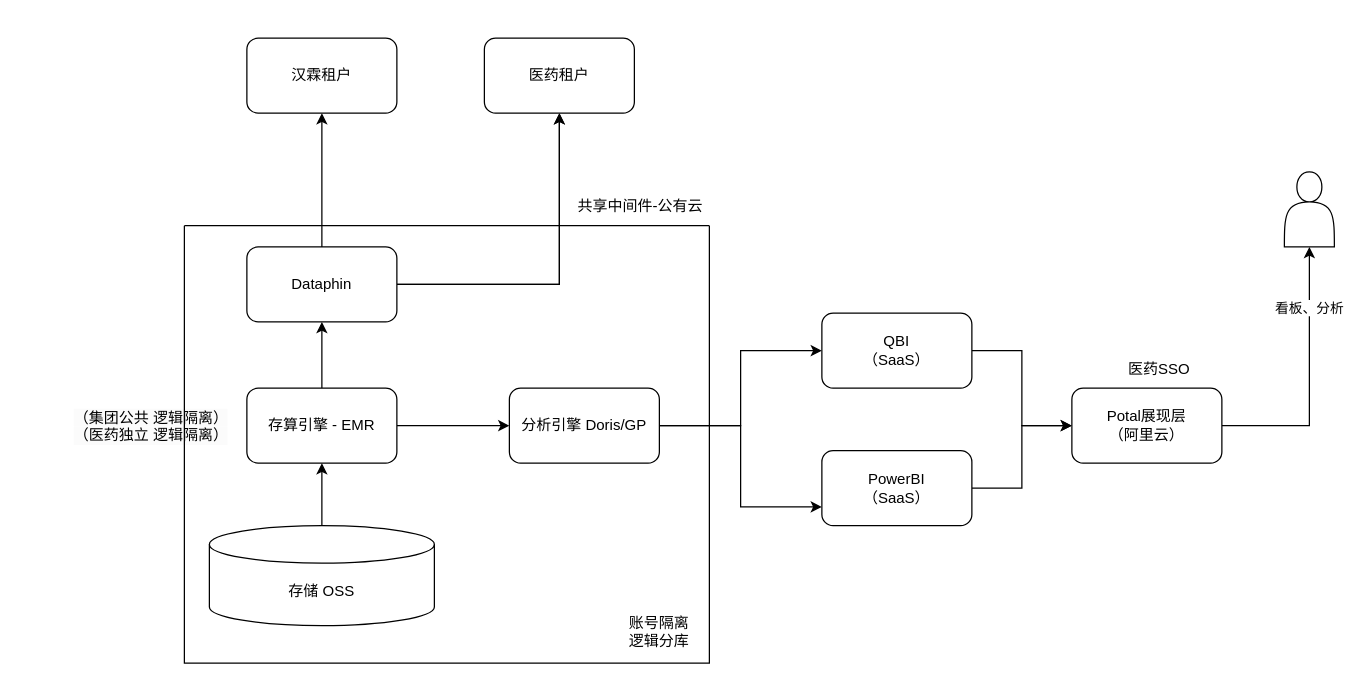
leestar991/agi-proxy keeps this draw.io diagram as public/未命名绘图.drawio. Above is the earlier version. Source tidied: cells renumbered, new cells numbered last; positions are measured from the earlier drawing's top-left corner, leaving out a move shared by most shapes. Both pictures are drawn from the tidied source at 125%, with x=0, y=0 at pixel (71, 38).
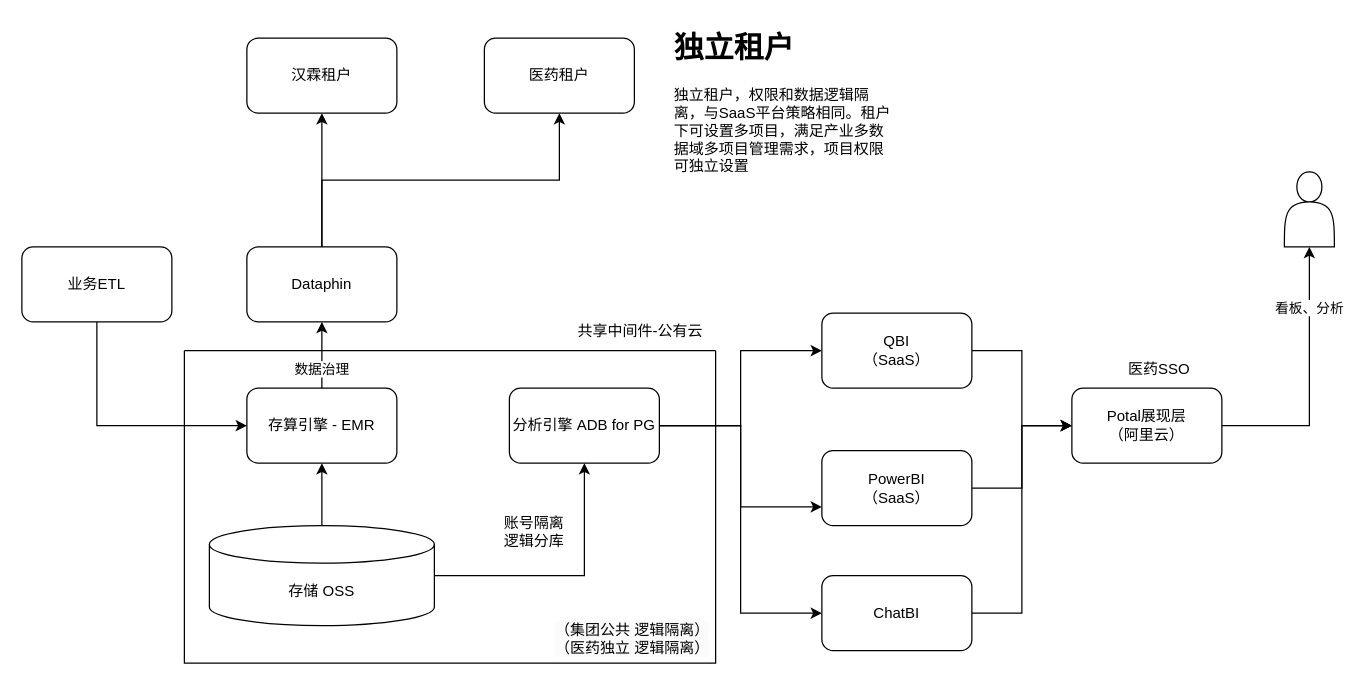
Above is the later version.

Commit message:
更新未命名绘图.drawio

The change refers to these unchanged cells:
```xml
<mxCell id="5" value="Dataphin" style="rounded=1;whiteSpace=wrap;html=1;" parent="1" vertex="1">
  <mxGeometry x="140" y="167" width="120" height="60" as="geometry" />
</mxCell>
<mxCell id="6" value="医药租户" style="rounded=1;whiteSpace=wrap;html=1;" parent="1" vertex="1">
  <mxGeometry x="330" width="120" height="60" as="geometry" />
</mxCell>
<mxCell id="8" style="edgeStyle=orthogonalEdgeStyle;rounded=0;jettySize=auto;html=1;entryX=0.5;entryY=1;entryDx=0;entryDy=0;" parent="1" edge="1" source="10" target="5">
  <mxGeometry relative="1" as="geometry" />
</mxCell>
<mxCell id="10" value="存算引擎 - EMR" style="rounded=1;whiteSpace=wrap;html=1;" parent="1" vertex="1">
  <mxGeometry x="140" y="280" width="120" height="60" as="geometry" />
</mxCell>
<mxCell id="12" value="存储 OSS" style="shape=cylinder3;whiteSpace=wrap;html=1;boundedLbl=1;backgroundOutline=1;size=15;" parent="1" vertex="1">
  <mxGeometry x="110" y="390" width="180" height="80" as="geometry" />
</mxCell>
<mxCell id="26" value="Potal展现层&lt;div&gt;（阿里云）&lt;/div&gt;" style="whiteSpace=wrap;html=1;rounded=1;" parent="1" vertex="1">
  <mxGeometry x="800" y="280" width="120" height="60" as="geometry" />
</mxCell>
```

What changed in the source:
```diff
@@
-    <mxCell id="2" style="edgeStyle=orthogonalEdgeStyle;rounded=0;jettySize=auto;html=1;" parent="1" edge="1" source="5" target="6">
-      <mxGeometry relative="1" as="geometry" />
-    </mxCell>
-    <mxCell id="3" style="edgeStyle=orthogonalEdgeStyle;rounded=0;jettySize=auto;html=1;" parent="1" edge="1" source="5" target="6">
+    <mxCell id="3" style="edgeStyle=orthogonalEdgeStyle;rounded=0;jettySize=auto;html=1;exitX=0.5;exitY=0;exitDx=0;exitDy=0;" parent="1" edge="1" source="5" target="6">
       <mxGeometry relative="1" as="geometry" />
     </mxCell>
@@
-    <mxCell id="9" style="edgeStyle=orthogonalEdgeStyle;rounded=0;jettySize=auto;html=1;entryX=0;entryY=0.5;entryDx=0;entryDy=0;" parent="1" edge="1" source="10" target="15">
-      <mxGeometry relative="1" as="geometry" />
-    </mxCell>
+    <mxCell id="29" value="数据治理" style="edgeLabel;html=1;align=center;verticalAlign=middle;" parent="8" vertex="1">
+      <mxGeometry x="-0.4" y="1" relative="1" as="geometry" />
+    </mxCell>
@@
+    <mxCell id="30" style="edgeStyle=orthogonalEdgeStyle;rounded=0;jettySize=auto;html=1;entryX=0.5;entryY=1;entryDx=0;entryDy=0;" parent="1" edge="1" source="12" target="15">
+      <mxGeometry relative="1" as="geometry" />
+    </mxCell>
@@
+    <mxCell id="31" style="edgeStyle=orthogonalEdgeStyle;rounded=0;jettySize=auto;html=1;entryX=0;entryY=0.5;entryDx=0;entryDy=0;" parent="1" edge="1" source="15" target="34">
+      <mxGeometry relative="1" as="geometry" />
+    </mxCell>
-    <mxCell id="15" value="分析引擎 Doris/GP" style="rounded=1;whiteSpace=wrap;html=1;" parent="1" vertex="1">
+    <mxCell id="15" value="分析引擎 ADB for PG" style="rounded=1;whiteSpace=wrap;html=1;" parent="1" vertex="1">
       <mxGeometry x="350" y="280" width="120" height="60" as="geometry" />
     </mxCell>
-    <mxCell id="16" value="&lt;div style=&quot;forced-color-adjust: none; color: rgb(0, 0, 0); font-family: Helvetica; font-size: 12px; font-style: normal; font-variant-ligatures: normal; font-variant-caps: normal; font-weight: 400; letter-spacing: normal; orphans: 2; text-align: center; text-indent: 0px; text-transform: none; widows: 2; word-spacing: 0px; -webkit-text-stroke-width: 0px; white-space: normal; background-color: rgb(251, 251, 251); text-decoration-thickness: initial; text-decoration-style: initial; text-decoration-color: initial;&quot;&gt;（集团公共 逻辑隔离）&lt;/div&gt;&lt;div style=&quot;forced-color-adjust: none; color: rgb(0, 0, 0); font-family: Helvetica; font-size: 12px; font-style: normal; font-variant-ligatures: normal; font-variant-caps: normal; font-weight: 400; letter-spacing: normal; orphans: 2; text-align: center; text-indent: 0px; text-transform: none; widows: 2; word-spacing: 0px; -webkit-text-stroke-width: 0px; white-space: normal; background-color: rgb(251, 251, 251); text-decoration-thickness: initial; text-decoration-style: initial; text-decoration-color: initial;&quot;&gt;（医药独立 逻辑隔离）&lt;/div&gt;" style="text;whiteSpace=wrap;html=1;" parent="1" vertex="1">
-      <mxGeometry y="290" width="130" height="40" as="geometry" />
-    </mxCell>
     <mxCell id="17" style="swimlane;startSize=0;" parent="1" vertex="1">
-      <mxGeometry x="90" y="150" width="420" height="350" as="geometry" />
+      <mxGeometry x="90" y="250" width="425" height="250" as="geometry" />
     </mxCell>
     <mxCell id="18" value="账号隔离&lt;div&gt;逻辑分库&lt;/div&gt;" style="text;html=1;align=center;verticalAlign=middle;whiteSpace=wrap;rounded=0;" parent="17" vertex="1">
-      <mxGeometry x="350" y="310" width="60" height="30" as="geometry" />
+      <mxGeometry x="250" y="130" width="60" height="30" as="geometry" />
     </mxCell>
+    <mxCell id="16" value="&lt;div style=&quot;forced-color-adjust: none; color: rgb(0, 0, 0); font-family: Helvetica; font-size: 12px; font-style: normal; font-variant-ligatures: normal; font-variant-caps: normal; font-weight: 400; letter-spacing: normal; orphans: 2; text-align: center; text-indent: 0px; text-transform: none; widows: 2; word-spacing: 0px; -webkit-text-stroke-width: 0px; white-space: normal; background-color: rgb(251, 251, 251); text-decoration-thickness: initial; text-decoration-style: initial; text-decoration-color: initial;&quot;&gt;（集团公共 逻辑隔离）&lt;/div&gt;&lt;div style=&quot;forced-color-adjust: none; color: rgb(0, 0, 0); font-family: Helvetica; font-size: 12px; font-style: normal; font-variant-ligatures: normal; font-variant-caps: normal; font-weight: 400; letter-spacing: normal; orphans: 2; text-align: center; text-indent: 0px; text-transform: none; widows: 2; word-spacing: 0px; -webkit-text-stroke-width: 0px; white-space: normal; background-color: rgb(251, 251, 251); text-decoration-thickness: initial; text-decoration-style: initial; text-decoration-color: initial;&quot;&gt;（医药独立 逻辑隔离）&lt;/div&gt;" style="text;whiteSpace=wrap;html=1;" parent="17" vertex="1">
+      <mxGeometry x="295" y="210" width="130" height="40" as="geometry" />
+    </mxCell>
     <mxCell id="19" value="共享中间件-公有云" style="text;html=1;align=center;verticalAlign=middle;whiteSpace=wrap;rounded=0;" parent="1" vertex="1">
-      <mxGeometry x="400" y="120" width="110" height="30" as="geometry" />
+      <mxGeometry x="400" y="220" width="110" height="30" as="geometry" />
     </mxCell>
@@
+    <mxCell id="32" value="&lt;h1 style=&quot;margin-top: 0px;&quot;&gt;独立租户&lt;/h1&gt;&lt;p&gt;独立租户，权限和数据逻辑隔离，与SaaS平台策略相同。租户下可设置多项目，满足产业多数据域多项目管理需求，项目权限可独立设置&lt;/p&gt;" style="text;html=1;whiteSpace=wrap;overflow=hidden;rounded=0;" parent="1" vertex="1">
+      <mxGeometry x="480" y="-13" width="180" height="120" as="geometry" />
+    </mxCell>
+    <mxCell id="33" style="edgeStyle=orthogonalEdgeStyle;rounded=0;jettySize=auto;html=1;entryX=0;entryY=0.5;entryDx=0;entryDy=0;" parent="1" edge="1" source="34" target="26">
+      <mxGeometry relative="1" as="geometry" />
+    </mxCell>
+    <mxCell id="34" value="ChatBI" style="rounded=1;whiteSpace=wrap;html=1;" parent="1" vertex="1">
+      <mxGeometry x="600" y="430" width="120" height="60" as="geometry" />
+    </mxCell>
+    <mxCell id="35" style="edgeStyle=orthogonalEdgeStyle;rounded=0;jettySize=auto;html=1;entryX=0;entryY=0.5;entryDx=0;entryDy=0;exitX=0.5;exitY=1;exitDx=0;exitDy=0;" parent="1" edge="1" source="36" target="10">
+      <mxGeometry relative="1" as="geometry" />
+    </mxCell>
+    <mxCell id="36" value="业务ETL" style="rounded=1;whiteSpace=wrap;html=1;" parent="1" vertex="1">
+      <mxGeometry x="-40" y="167" width="120" height="60" as="geometry" />
+    </mxCell>
```
